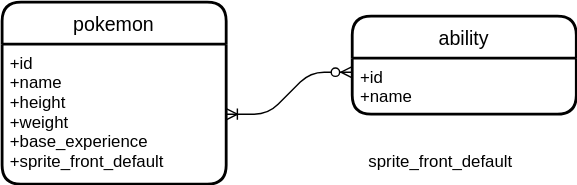
Earlier version of the draw.io export erd.svg (aaroncruces/Prueba-mzzo). Source tidied: cells renumbered, new cells last; positions are measured from the earlier drawing's top-left corner, leaving out a move shared by most shapes. Its diagram source:
```xml
<mxGraphModel>
  <root>
    <mxCell id="0" />
    <mxCell id="1" parent="0" />
    <mxCell id="2" value="pokemon" style="swimlane;horizontal=1;startSize=30;rounded=1;fontSize=14;fontStyle=0;strokeWidth=2;shadow=0;dashed=0;align=center;" parent="1" vertex="1">
      <mxGeometry width="160" height="130" as="geometry" />
    </mxCell>
    <mxCell id="3" value="+id&#10;+name&#10;+height&#10;+weight&#10;+base_experience&#10;+sprite_front_default&#10;" style="align=left;strokeColor=none;fillColor=none;spacingLeft=4;fontSize=12;verticalAlign=top;" parent="2" vertex="1">
      <mxGeometry y="30" width="160" height="100" as="geometry" />
    </mxCell>
    <mxCell id="4" value="ability" style="swimlane;horizontal=1;startSize=30;rounded=1;fontSize=14;fontStyle=0;strokeWidth=2;shadow=0;dashed=0;align=center;" parent="1" vertex="1">
      <mxGeometry x="250" y="10" width="160" height="70" as="geometry" />
    </mxCell>
    <mxCell id="5" value="+id&#10;+name" style="align=left;strokeColor=none;fillColor=none;spacingLeft=4;fontSize=12;verticalAlign=top;" parent="4" vertex="1">
      <mxGeometry y="30" width="160" height="40" as="geometry" />
    </mxCell>
    <mxCell id="6" style="edgeStyle=entityRelationEdgeStyle;fontSize=12;html=1;endArrow=ERoneToMany;startArrow=ERzeroToMany;entryX=1;entryY=0.5;entryDx=0;entryDy=0;exitX=0;exitY=0.25;exitDx=0;exitDy=0;" parent="1" edge="1" source="5" target="3">
      <mxGeometry relative="1" as="geometry" />
    </mxCell>
    <mxCell id="7" value="sprite_front_default" style="text;whiteSpace=wrap;html=1;" parent="1" vertex="1">
      <mxGeometry x="260" y="100" width="130" height="30" as="geometry" />
    </mxCell>
  </root>
</mxGraphModel>
```
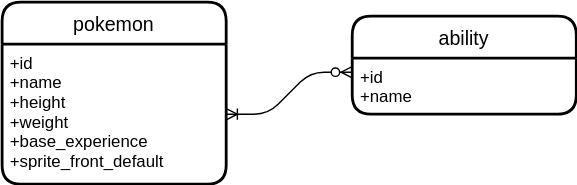
The same diagram one commit later.

The edit, as a diff of the source:
```diff
@@ -17,8 +17,5 @@
     <mxCell id="6" style="edgeStyle=entityRelationEdgeStyle;fontSize=12;html=1;endArrow=ERoneToMany;startArrow=ERzeroToMany;entryX=1;entryY=0.5;entryDx=0;entryDy=0;exitX=0;exitY=0.25;exitDx=0;exitDy=0;" parent="1" edge="1" source="5" target="3">
       <mxGeometry relative="1" as="geometry" />
     </mxCell>
-    <mxCell id="7" value="sprite_front_default" style="text;whiteSpace=wrap;html=1;" parent="1" vertex="1">
-      <mxGeometry x="260" y="100" width="130" height="30" as="geometry" />
-    </mxCell>
   </root>
 </mxGraphModel>
```
